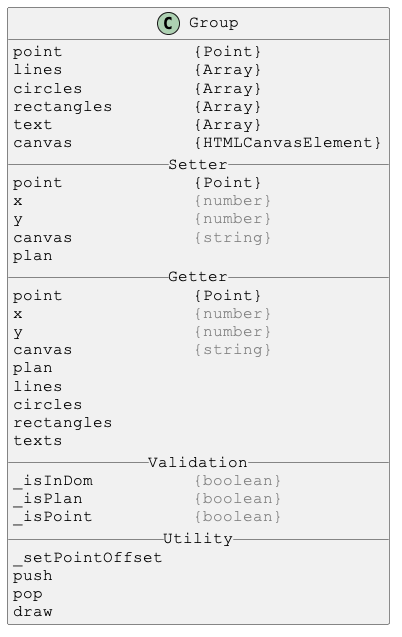
The PlantUML diagram docs/PlantUml/images/Group.png in Justin-Byrne/canvasLab, before a commit.
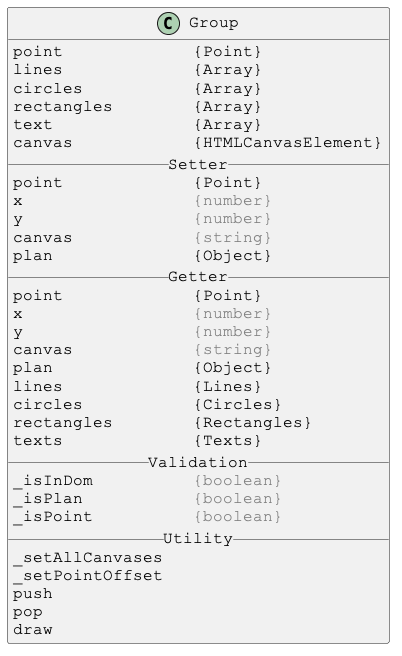
Above is the later version.

What changed in the source:
```diff
@@ -15,22 +15,23 @@
 x                 <color:gray>{number}</color>
 y                 <color:gray>{number}</color>
 canvas            <color:gray>{string}</color>
-plan
+plan              {Object}
 __ Getter __
 point             {Point}
 x                 <color:gray>{number}</color>
 y                 <color:gray>{number}</color>
 canvas            <color:gray>{string}</color>
-plan
-lines
-circles
-rectangles
-texts
+plan              {Object}
+lines             {Lines}
+circles           {Circles}
+rectangles        {Rectangles}
+texts             {Texts}
 __ Validation __
 _isInDom          <color:gray>{boolean}</color>
 _isPlan           <color:gray>{boolean}</color>
 _isPoint          <color:gray>{boolean}</color>
 __ Utility __
+_setAllCanvases
 _setPointOffset
 push
 pop
```
